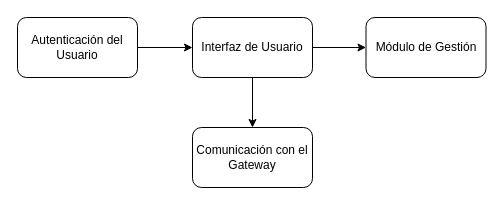
mvespin1/DiagramasArquitecturaGrupo2 keeps this draw.io diagram as POS_V1.drawio. Above is the earlier version. Source tidied: cells renumbered, new cells numbered last; positions are measured from the earlier drawing's top-left corner, leaving out a move shared by most shapes. Both pictures are drawn from the tidied source at 100%, with x=0, y=0 at pixel (17, 17).
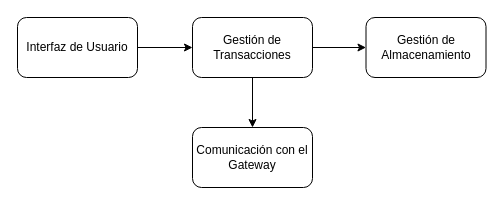
Above is the later version.

What changed in the source:
```diff
@@
 <mxGraphModel>
   <root>
     <mxCell id="0" />
     <mxCell id="1" parent="0" />
     <mxCell id="2" style="edgeStyle=orthogonalEdgeStyle;rounded=0;jettySize=auto;html=1;exitX=1;exitY=0.5;exitDx=0;exitDy=0;entryX=0;entryY=0.5;entryDx=0;entryDy=0;" parent="1" edge="1" source="4" target="5">
       <mxGeometry relative="1" as="geometry" />
     </mxCell>
     <mxCell id="3" style="edgeStyle=orthogonalEdgeStyle;rounded=0;jettySize=auto;html=1;exitX=0.5;exitY=1;exitDx=0;exitDy=0;entryX=0.5;entryY=0;entryDx=0;entryDy=0;" parent="1" edge="1" source="4" target="8">
       <mxGeometry relative="1" as="geometry" />
     </mxCell>
-    <mxCell id="4" value="Interfaz de Usuario" style="rounded=1;whiteSpace=wrap;html=1;" parent="1" vertex="1">
+    <mxCell id="4" value="Gestión de Transacciones" style="rounded=1;whiteSpace=wrap;html=1;" parent="1" vertex="1">
       <mxGeometry x="175" width="120" height="60" as="geometry" />
     </mxCell>
-    <mxCell id="5" value="Módulo de Gestión" style="rounded=1;whiteSpace=wrap;html=1;" parent="1" vertex="1">
+    <mxCell id="5" value="Gestión de Almacenamiento" style="rounded=1;whiteSpace=wrap;html=1;" parent="1" vertex="1">
       <mxGeometry x="348.5" width="120" height="60" as="geometry" />
     </mxCell>
     <mxCell id="6" style="edgeStyle=orthogonalEdgeStyle;rounded=0;jettySize=auto;html=1;exitX=1;exitY=0.5;exitDx=0;exitDy=0;entryX=0;entryY=0.5;entryDx=0;entryDy=0;" parent="1" edge="1" source="7" target="4">
       <mxGeometry relative="1" as="geometry" />
     </mxCell>
-    <mxCell id="7" value="Autenticación del Usuario" style="rounded=1;whiteSpace=wrap;html=1;" parent="1" vertex="1">
+    <mxCell id="7" value="Interfaz de Usuario" style="rounded=1;whiteSpace=wrap;html=1;" parent="1" vertex="1">
       <mxGeometry width="120" height="60" as="geometry" />
     </mxCell>
     <mxCell id="8" value="Comunicación con el Gateway" style="rounded=1;whiteSpace=wrap;html=1;" parent="1" vertex="1">
       <mxGeometry x="175" y="110" width="120" height="60" as="geometry" />
     </mxCell>
   </root>
 </mxGraphModel>
```
